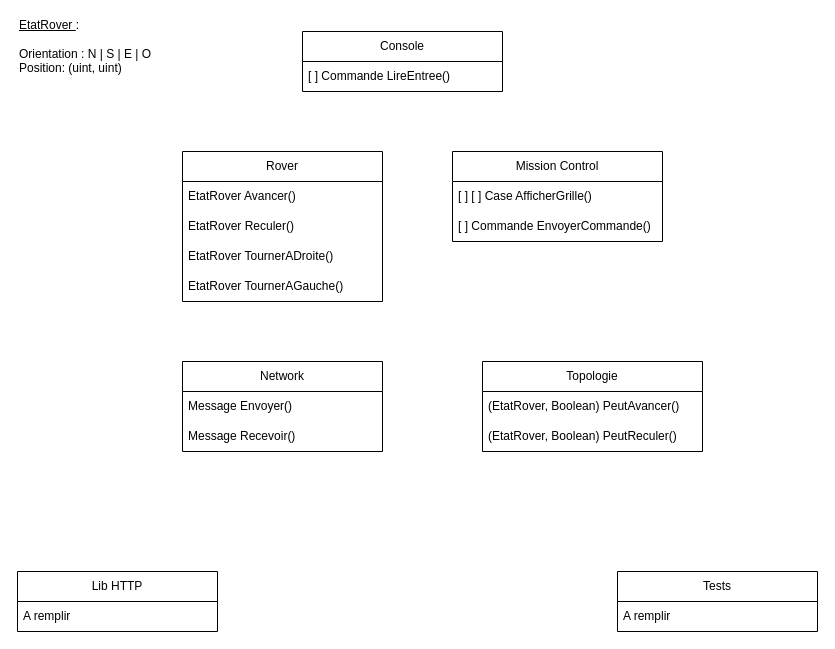
Above: page "Page-2" (2 of 3) of schema.drawio in pvayssier/archi_logiciel (draw.io), before the change. Source tidied: cells renumbered, new cells numbered last; positions are measured from the earlier drawing's top-left corner, leaving out a move shared by most shapes. Both pictures are drawn from the tidied source at 100%, with x=0, y=0 at pixel (17, 31).
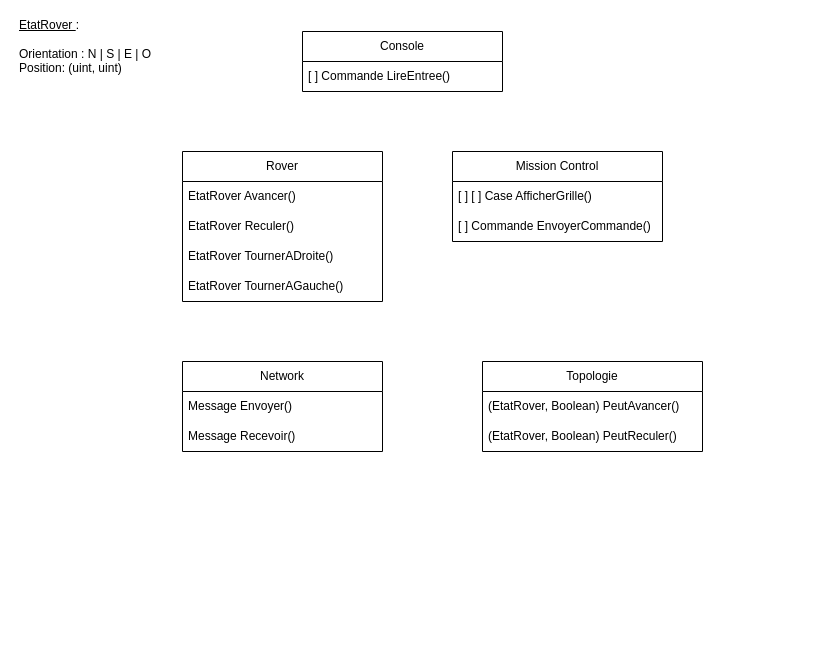
Above is the later version.

Change to the diagram source:
```diff
@@
-    <mxCell id="19" value="Lib HTTP" style="swimlane;fontStyle=0;horizontal=1;startSize=30;whiteSpace=wrap;html=1;" parent="1" vertex="1">
-      <mxGeometry y="540" width="200" height="60" as="geometry" />
-    </mxCell>
-    <mxCell id="20" value="A remplir" style="text;strokeColor=none;fillColor=none;align=left;verticalAlign=middle;spacingLeft=4;spacingRight=4;overflow=hidden;whiteSpace=wrap;html=1;" parent="19" vertex="1">
-      <mxGeometry y="30" width="200" height="30" as="geometry" />
-    </mxCell>
-    <mxCell id="21" value="Tests" style="swimlane;fontStyle=0;horizontal=1;startSize=30;whiteSpace=wrap;html=1;" parent="1" vertex="1">
-      <mxGeometry x="600" y="540" width="200" height="60" as="geometry" />
-    </mxCell>
-    <mxCell id="22" value="A remplir" style="text;strokeColor=none;fillColor=none;align=left;verticalAlign=middle;spacingLeft=4;spacingRight=4;overflow=hidden;whiteSpace=wrap;html=1;" parent="21" vertex="1">
-      <mxGeometry y="30" width="200" height="30" as="geometry" />
-    </mxCell>
```
